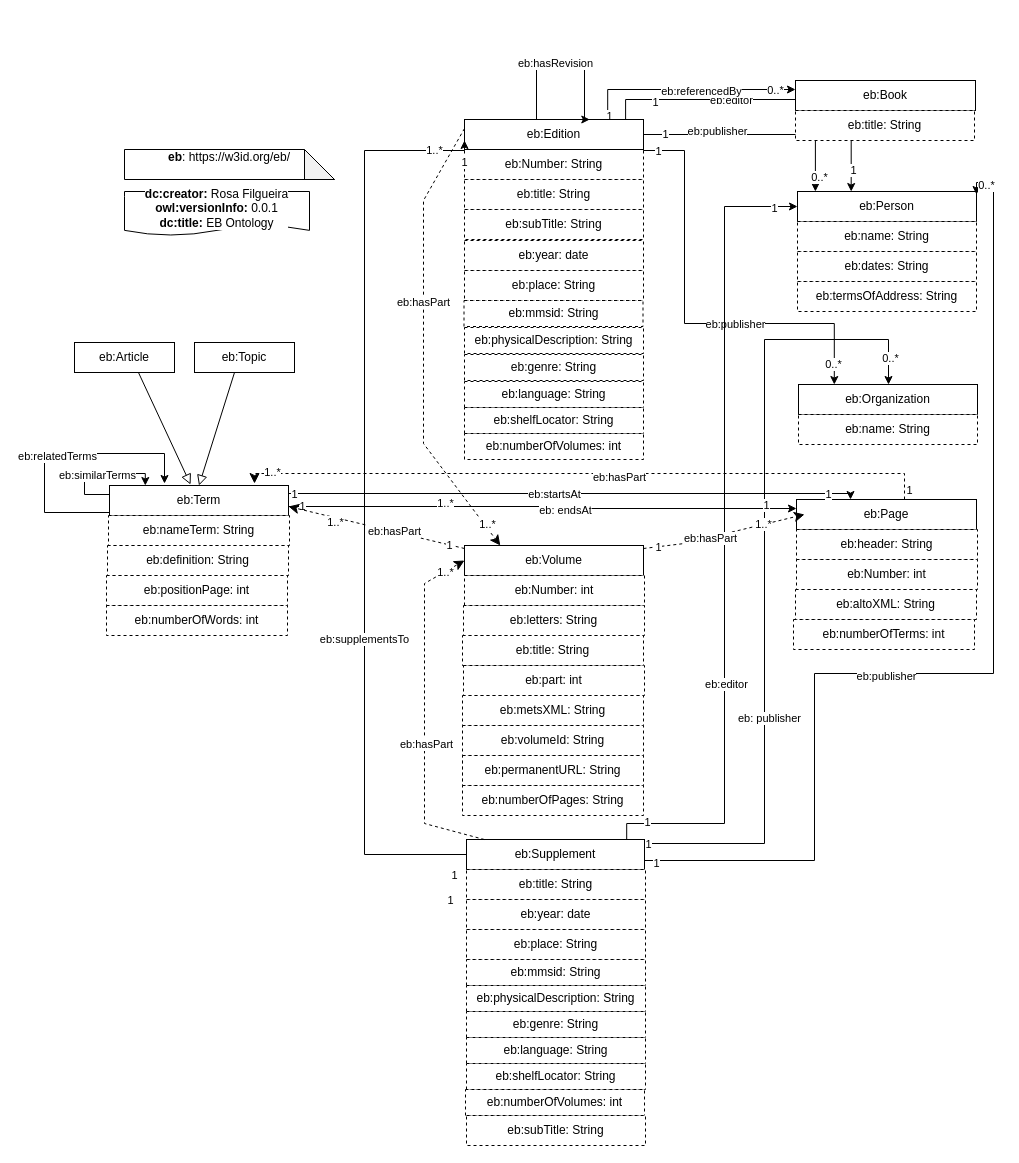
Above: eb.drawio in francesNLP/EB-ontology (draw.io), before the change. Source tidied: cells renumbered, new cells numbered last; positions are measured from the earlier drawing's top-left corner, leaving out a move shared by most shapes. Both pictures are drawn from the tidied source at 100%, with x=0, y=0 at pixel (44, 63).
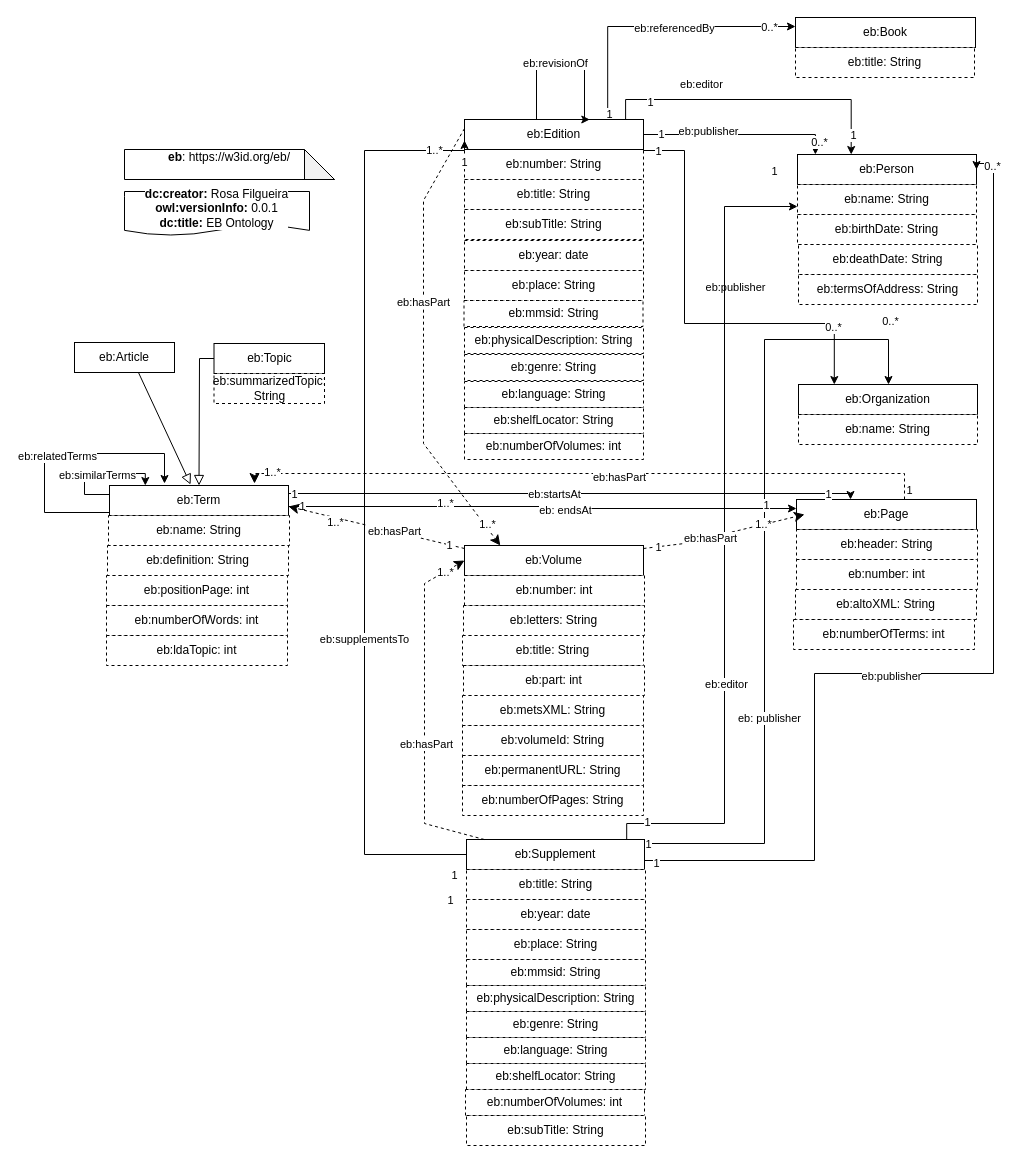
Above is the later version.

The change refers to these unchanged cells:
```xml
<mxCell id="4" style="edgeStyle=orthogonalEdgeStyle;rounded=0;jettySize=auto;html=1;exitX=0.9;exitY=0;exitDx=0;exitDy=0;entryX=0.3;entryY=0;entryDx=0;entryDy=0;" parent="1" edge="1" source="20" target="29">
  <mxGeometry relative="1" as="geometry" />
</mxCell>
<mxCell id="16" style="edgeStyle=orthogonalEdgeStyle;rounded=0;jettySize=auto;html=1;exitX=1;exitY=0.7;exitDx=0;exitDy=0;entryX=0.2;entryY=0;entryDx=0;entryDy=0;" parent="1" edge="1" source="20" target="33">
  <mxGeometry relative="1" as="geometry">
    <Array as="points">
      <mxPoint x="640" y="87" />
      <mxPoint x="640" y="260" />
      <mxPoint x="790" y="260" />
    </Array>
  </mxGeometry>
</mxCell>
<mxCell id="52" style="edgeStyle=orthogonalEdgeStyle;rounded=0;jettySize=auto;html=1;exitX=1;exitY=0.3;exitDx=0;exitDy=0;" parent="1" edge="1" source="64" target="33">
  <mxGeometry relative="1" as="geometry">
    <Array as="points">
      <mxPoint x="600" y="780" />
      <mxPoint x="720" y="780" />
      <mxPoint x="720" y="276" />
      <mxPoint x="844" y="276" />
    </Array>
  </mxGeometry>
</mxCell>
<mxCell id="60" style="edgeStyle=orthogonalEdgeStyle;rounded=0;jettySize=auto;html=1;exitX=0.9;exitY=0;exitDx=0;exitDy=0;" parent="1" edge="1" source="64">
  <mxGeometry relative="1" as="geometry">
    <mxPoint x="753" y="143" as="targetPoint" />
    <Array as="points">
      <mxPoint x="582" y="760" />
      <mxPoint x="680" y="760" />
      <mxPoint x="680" y="143" />
    </Array>
  </mxGeometry>
</mxCell>
<mxCell id="64" value="eb:Supplement" style="rounded=0;whiteSpace=wrap;html=1;snapToPoint=1;points=[[0.1,0],[0.2,0],[0.3,0],[0.4,0],[0.5,0],[0.6,0],[0.7,0],[0.8,0],[0.9,0],[0,0.1],[0,0.3],[0,0.5],[0,0.7],[0,0.9],[0.1,1],[0.2,1],[0.3,1],[0.4,1],[0.5,1],[0.6,1],[0.7,1],[0.8,1],[0.9,1],[1,0.1],[1,0.3],[1,0.5],[1,0.7],[1,0.9]];" parent="1" vertex="1">
  <mxGeometry x="422" y="776" width="178" height="30" as="geometry" />
</mxCell>
<mxCell id="83" value="eb:Term" style="rounded=0;whiteSpace=wrap;html=1;snapToPoint=1;points=[[0.1,0],[0.2,0],[0.3,0],[0.4,0],[0.5,0],[0.6,0],[0.7,0],[0.8,0],[0.9,0],[0,0.1],[0,0.3],[0,0.5],[0,0.7],[0,0.9],[0.1,1],[0.2,1],[0.3,1],[0.4,1],[0.5,1],[0.6,1],[0.7,1],[0.8,1],[0.9,1],[1,0.1],[1,0.3],[1,0.5],[1,0.7],[1,0.9]];" parent="1" vertex="1">
  <mxGeometry x="65" y="422" width="179" height="30" as="geometry" />
</mxCell>
<mxCell id="93" style="edgeStyle=orthogonalEdgeStyle;rounded=0;orthogonalLoop=1;jettySize=auto;html=1;entryX=0.7;entryY=0;entryDx=0;entryDy=0;" parent="1" edge="1" source="20" target="20">
  <mxGeometry relative="1" as="geometry">
    <Array as="points">
      <mxPoint x="492" />
      <mxPoint x="540" />
      <mxPoint x="540" y="56" />
    </Array>
  </mxGeometry>
</mxCell>
```

The edit, as a diff of the source:
```diff
@@
-    <mxCell id="3" value="eb:Number: String" style="rounded=0;whiteSpace=wrap;html=1;dashed=1;" parent="1" vertex="1">
+    <mxCell id="3" value="eb:number: String" style="rounded=0;whiteSpace=wrap;html=1;dashed=1;" parent="1" vertex="1">
       <mxGeometry x="420" y="86" width="179" height="30" as="geometry" />
     </mxCell>
@@
     <mxCell id="5" value="eb:editor" style="edgeLabel;html=1;align=center;verticalAlign=middle;" parent="4" vertex="1">
-      <mxGeometry x="-0.26" relative="1" as="geometry" />
+      <mxGeometry x="-0.26" relative="1" as="geometry">
+        <mxPoint x="-16" y="-16" as="offset" />
+      </mxGeometry>
     </mxCell>
@@
     <mxCell id="17" value="eb:publisher" style="edgeLabel;html=1;align=center;verticalAlign=middle;" parent="16" vertex="1">
-      <mxGeometry x="0.26" relative="1" as="geometry" />
+      <mxGeometry x="0.26" relative="1" as="geometry">
+        <mxPoint y="-37" as="offset" />
+      </mxGeometry>
     </mxCell>
@@
     <mxCell id="19" value="0..*" style="edgeLabel;html=1;align=center;verticalAlign=middle;" parent="16" vertex="1">
       <mxGeometry x="0.91" y="-1" relative="1" as="geometry">
-        <mxPoint y="-1" as="offset" />
+        <mxPoint y="-38" as="offset" />
       </mxGeometry>
     </mxCell>
@@
     <mxCell id="29" value="eb:Person" style="rounded=0;whiteSpace=wrap;html=1;snapToPoint=1;points=[[0.1,0],[0.2,0],[0.3,0],[0.4,0],[0.5,0],[0.6,0],[0.7,0],[0.8,0],[0.9,0],[0,0.1],[0,0.3],[0,0.5],[0,0.7],[0,0.9],[0.1,1],[0.2,1],[0.3,1],[0.4,1],[0.5,1],[0.6,1],[0.7,1],[0.8,1],[0.9,1],[1,0.1],[1,0.3],[1,0.5],[1,0.7],[1,0.9]];" parent="1" vertex="1">
-      <mxGeometry x="753" y="128" width="179" height="30" as="geometry" />
+      <mxGeometry x="753" y="91" width="179" height="30" as="geometry" />
     </mxCell>
     <mxCell id="30" value="eb:name: String" style="rounded=0;whiteSpace=wrap;html=1;dashed=1;" parent="1" vertex="1">
-      <mxGeometry x="753" y="158" width="179" height="30" as="geometry" />
+      <mxGeometry x="753" y="121" width="179" height="30" as="geometry" />
     </mxCell>
-    <mxCell id="31" value="eb:dates: String" style="rounded=0;whiteSpace=wrap;html=1;dashed=1;" parent="1" vertex="1">
-      <mxGeometry x="753" y="188" width="179" height="30" as="geometry" />
+    <mxCell id="31" value="eb:birthDate: String" style="rounded=0;whiteSpace=wrap;html=1;dashed=1;" parent="1" vertex="1">
+      <mxGeometry x="753" y="151" width="179" height="30" as="geometry" />
     </mxCell>
     <mxCell id="32" value="eb:termsOfAddress: String" style="rounded=0;whiteSpace=wrap;html=1;dashed=1;" parent="1" vertex="1">
-      <mxGeometry x="753" y="218" width="179" height="30" as="geometry" />
+      <mxGeometry x="754" y="211" width="179" height="30" as="geometry" />
     </mxCell>
@@
     <mxCell id="35" value="eb:Book" style="rounded=0;whiteSpace=wrap;html=1;snapToPoint=1;points=[[0.1,0],[0.2,0],[0.3,0],[0.4,0],[0.5,0],[0.6,0],[0.7,0],[0.8,0],[0.9,0],[0,0.1],[0,0.3],[0,0.5],[0,0.7],[0,0.9],[0.1,1],[0.2,1],[0.3,1],[0.4,1],[0.5,1],[0.6,1],[0.7,1],[0.8,1],[0.9,1],[1,0.1],[1,0.3],[1,0.5],[1,0.7],[1,0.9]];" parent="1" vertex="1">
-      <mxGeometry x="751" y="17" width="180" height="30" as="geometry" />
+      <mxGeometry x="751" y="-46" width="180" height="30" as="geometry" />
     </mxCell>
@@
     <mxCell id="37" value="eb:title: String" style="rounded=0;whiteSpace=wrap;html=1;dashed=1;" parent="1" vertex="1">
-      <mxGeometry x="751" y="47" width="179" height="30" as="geometry" />
+      <mxGeometry x="751" y="-16" width="179" height="30" as="geometry" />
     </mxCell>
@@
-    <mxCell id="40" value="eb:Number: int" style="rounded=0;whiteSpace=wrap;html=1;dashed=1;" parent="1" vertex="1">
+    <mxCell id="40" value="eb:number: int" style="rounded=0;whiteSpace=wrap;html=1;dashed=1;" parent="1" vertex="1">
       <mxGeometry x="752" y="496" width="181" height="30" as="geometry" />
     </mxCell>
@@
-    <mxCell id="42" value="eb:Number: int" style="rounded=0;whiteSpace=wrap;html=1;dashed=1;" parent="1" vertex="1">
+    <mxCell id="42" value="eb:number: int" style="rounded=0;whiteSpace=wrap;html=1;dashed=1;" parent="1" vertex="1">
       <mxGeometry x="420" y="512" width="180" height="30" as="geometry" />
     </mxCell>
@@
     <mxCell id="54" value="0..*" style="edgeLabel;html=1;align=center;verticalAlign=middle;" parent="52" vertex="1">
       <mxGeometry x="0.89" y="-3" relative="1" as="geometry">
-        <mxPoint x="4" y="17" as="offset" />
+        <mxPoint x="4" y="-20" as="offset" />
       </mxGeometry>
     </mxCell>
@@
-    <mxCell id="56" style="edgeStyle=orthogonalEdgeStyle;rounded=0;jettySize=auto;html=1;entryX=1;entryY=0.1;entryDx=0;entryDy=0;exitX=1;exitY=0.7;exitDx=0;exitDy=0;" parent="1" edge="1" source="64" target="29">
+    <mxCell id="56" style="edgeStyle=orthogonalEdgeStyle;rounded=0;jettySize=auto;html=1;entryX=1;entryY=0.5;entryDx=0;entryDy=0;exitX=1;exitY=0.7;exitDx=0;exitDy=0;" parent="1" edge="1" source="64" target="29">
       <mxGeometry relative="1" as="geometry">
         <Array as="points">
           <mxPoint x="770" y="797" />
           <mxPoint x="770" y="610" />
           <mxPoint x="949" y="610" />
-          <mxPoint x="949" y="119" />
-          <mxPoint x="932" y="119" />
+          <mxPoint x="949" y="100" />
+          <mxPoint x="932" y="100" />
         </Array>
       </mxGeometry>
     </mxCell>
@@
     <mxCell id="62" value="1" style="edgeLabel;html=1;align=center;verticalAlign=middle;" parent="60" vertex="1">
-      <mxGeometry x="0.94" y="-1" relative="1" as="geometry" />
+      <mxGeometry x="0.94" y="-1" relative="1" as="geometry">
+        <mxPoint y="-37" as="offset" />
+      </mxGeometry>
     </mxCell>
@@
-    <mxCell id="84" value="eb:nameTerm: String" style="rounded=0;whiteSpace=wrap;html=1;dashed=1;" parent="1" vertex="1">
+    <mxCell id="84" value="eb:name: String" style="rounded=0;whiteSpace=wrap;html=1;dashed=1;" parent="1" vertex="1">
       <mxGeometry x="64" y="452" width="181" height="30" as="geometry" />
     </mxCell>
@@
     <mxCell id="91" value="eb:Topic" style="rounded=0;whiteSpace=wrap;html=1;snapToPoint=1;points=[[0.1,0],[0.2,0],[0.3,0],[0.4,0],[0.5,0],[0.6,0],[0.7,0],[0.8,0],[0.9,0],[0,0.1],[0,0.3],[0,0.5],[0,0.7],[0,0.9],[0.1,1],[0.2,1],[0.3,1],[0.4,1],[0.5,1],[0.6,1],[0.7,1],[0.8,1],[0.9,1],[1,0.1],[1,0.3],[1,0.5],[1,0.7],[1,0.9]];" parent="1" vertex="1">
-      <mxGeometry x="150" y="279" width="100" height="30" as="geometry" />
+      <mxGeometry x="169.5" y="280" width="110.5" height="30" as="geometry" />
     </mxCell>
-    <mxCell id="92" style="endArrow=block;html=1;fontColor=#000099;exitX=0.4;exitY=1;exitDx=0;exitDy=0;endFill=0;entryX=0.5;entryY=0;entryDx=0;entryDy=0;endSize=8;arcSize=0;rounded=0;" parent="1" edge="1" source="91" target="83">
-      <mxGeometry relative="1" as="geometry" />
+    <mxCell id="92" style="endArrow=block;html=1;fontColor=#000099;exitX=0;exitY=0.5;exitDx=0;exitDy=0;endFill=0;entryX=0.5;entryY=0;entryDx=0;entryDy=0;endSize=8;arcSize=0;rounded=0;" parent="1" edge="1" source="91" target="83">
+      <mxGeometry relative="1" as="geometry">
+        <Array as="points">
+          <mxPoint x="155" y="295" />
+        </Array>
+      </mxGeometry>
     </mxCell>
@@
-    <mxCell id="94" value="eb:hasRevision" style="edgeLabel;html=1;align=center;verticalAlign=middle;" parent="93" vertex="1">
+    <mxCell id="94" value="eb:revisionOf" style="edgeLabel;html=1;align=center;verticalAlign=middle;" parent="93" vertex="1">
       <mxGeometry x="-0.1" y="1" relative="1" as="geometry" />
     </mxCell>
@@
+    <mxCell id="125" value="eb:deathDate: String" style="rounded=0;whiteSpace=wrap;html=1;dashed=1;" parent="1" vertex="1">
+      <mxGeometry x="754" y="181" width="179" height="30" as="geometry" />
+    </mxCell>
+    <mxCell id="126" value="eb:summarizedTopic: String" style="rounded=0;whiteSpace=wrap;html=1;dashed=1;" parent="1" vertex="1">
+      <mxGeometry x="169.5" y="310" width="110.5" height="30" as="geometry" />
+    </mxCell>
+    <mxCell id="127" value="eb:ldaTopic: int" style="rounded=0;whiteSpace=wrap;html=1;dashed=1;" parent="1" vertex="1">
+      <mxGeometry x="62" y="572" width="181" height="30" as="geometry" />
+    </mxCell>
```
